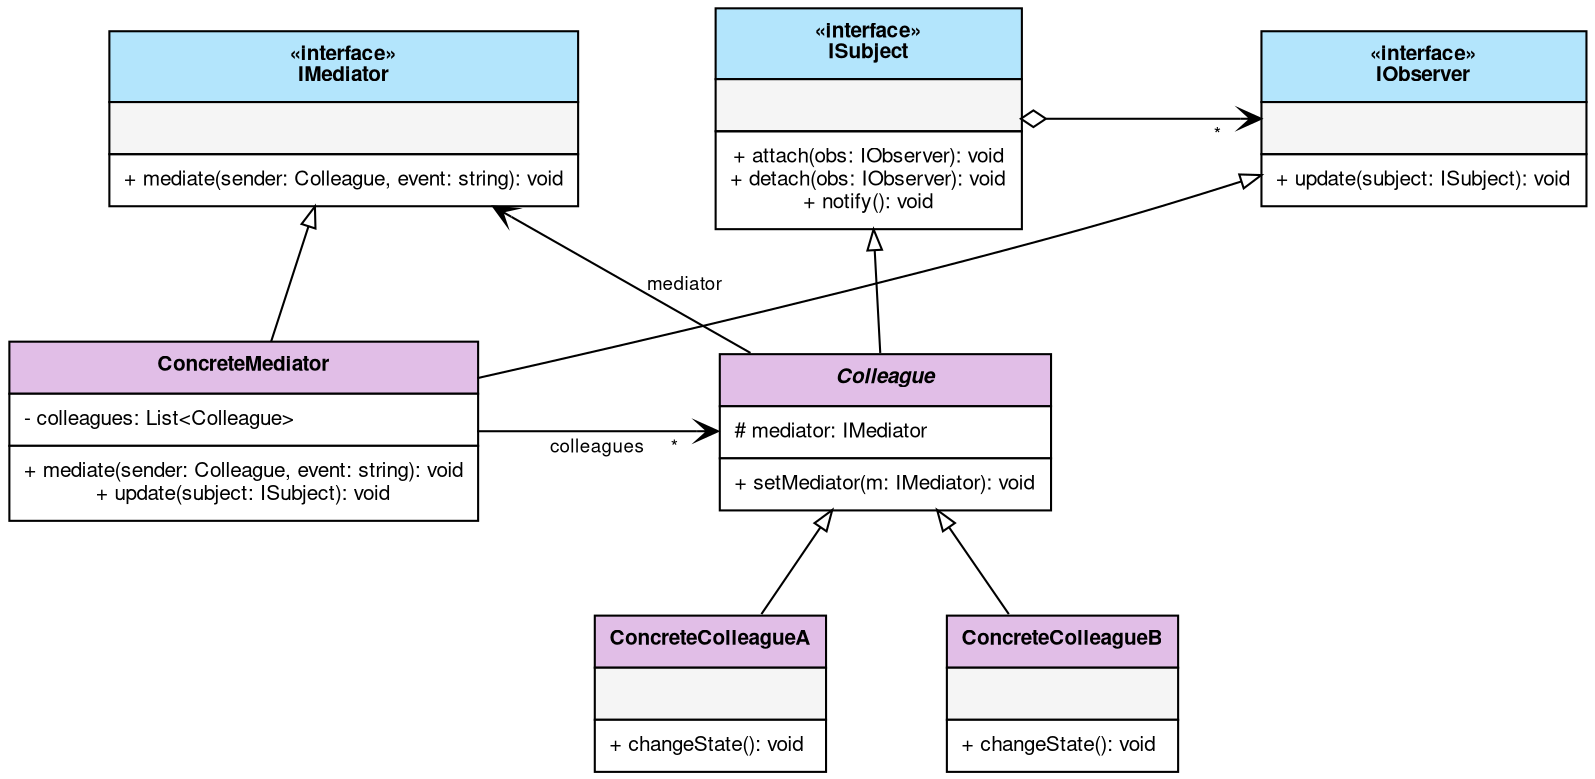
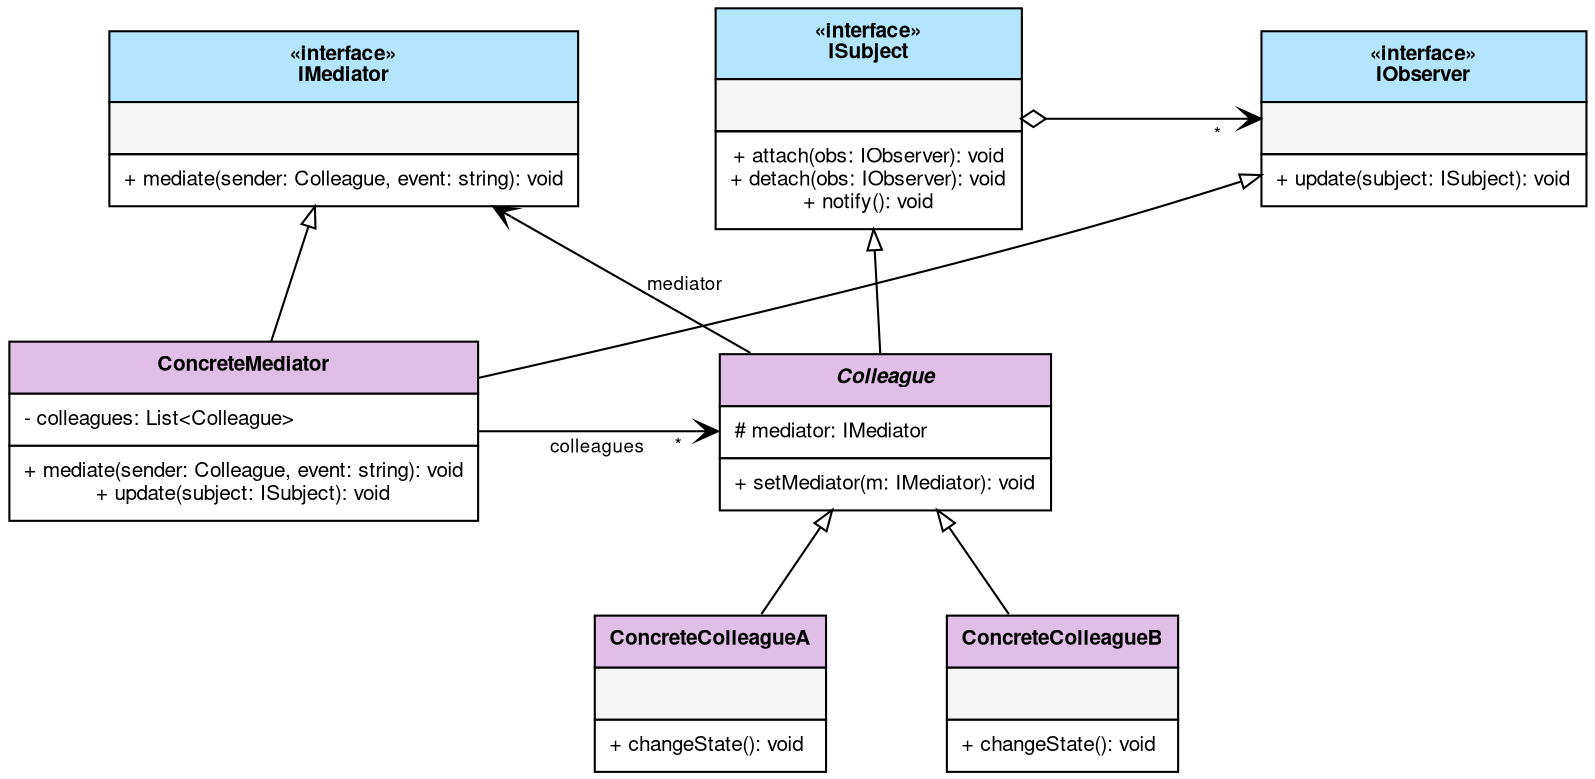
digraph G {
    fontname = "Helvetica,Arial,sans-serif"
    fontsize = 10
    rankdir = BT
    nodesep = 0.8
    ranksep = 0.6

    node [
        fontname = "Helvetica,Arial,sans-serif"
        fontsize = 10
        shape = plain
    ]
    edge [
        fontname = "Helvetica,Arial,sans-serif"
        fontsize = 9
        arrowhead = empty
    ]

+     // Top Row (Left to Right)
    IMediator [label=<<table border="0" cellborder="1" cellspacing="0" cellpadding="6" bgcolor="#FFFFFF">
        <tr><td bgcolor="#B3E5FC"><b>«interface»<br/>IMediator</b></td></tr>
        <tr><td align="left" bgcolor="#F5F5F5"> </td></tr>
        <tr><td align="left">+ mediate(sender: Colleague, event: string): void</td></tr>
    </table>>]

    IObserver [label=<<table border="0" cellborder="1" cellspacing="0" cellpadding="6" bgcolor="#FFFFFF">
        <tr><td bgcolor="#B3E5FC"><b>«interface»<br/>IObserver</b></td></tr>
        <tr><td align="left" bgcolor="#F5F5F5"> </td></tr>
        <tr><td align="left">+ update(subject: ISubject): void</td></tr>
    </table>>]

    ISubject [label=<<table border="0" cellborder="1" cellspacing="0" cellpadding="6" bgcolor="#FFFFFF">
        <tr><td bgcolor="#B3E5FC"><b>«interface»<br/>ISubject</b></td></tr>
        <tr><td align="left" bgcolor="#F5F5F5"> </td></tr>
        <tr><td align="left">+ attach(obs: IObserver): void<br/>+ detach(obs: IObserver): void<br/>+ notify(): void</td></tr>
    </table>>]

+     // Middle Row (Left to Right)
    ConcreteMediator [label=<<table border="0" cellborder="1" cellspacing="0" cellpadding="6" bgcolor="#FFFFFF">
        <tr><td bgcolor="#E1BEE7"><b>ConcreteMediator</b></td></tr>
        <tr><td align="left" bgcolor="#FFFFFF">- colleagues: List&lt;Colleague&gt;</td></tr>
        <tr><td align="left" bgcolor="#FFFFFF">+ mediate(sender: Colleague, event: string): void<br/>+ update(subject: ISubject): void</td></tr>
    </table>>]

    Colleague [label=<<table border="0" cellborder="1" cellspacing="0" cellpadding="6" bgcolor="#FFFFFF">
        <tr><td bgcolor="#E1BEE7"><b><i>Colleague</i></b></td></tr>
        <tr><td align="left" bgcolor="#FFFFFF"># mediator: IMediator</td></tr>
        <tr><td align="left" bgcolor="#FFFFFF">+ setMediator(m: IMediator): void</td></tr>
    </table>>]

+     // Bottom Row
    ConcreteColleagueA [label=<<table border="0" cellborder="1" cellspacing="0" cellpadding="6" bgcolor="#FFFFFF">
        <tr><td bgcolor="#E1BEE7"><b>ConcreteColleagueA</b></td></tr>
        <tr><td align="left" bgcolor="#F5F5F5"> </td></tr>
        <tr><td align="left" bgcolor="#FFFFFF">+ changeState(): void</td></tr>
    </table>>]

    ConcreteColleagueB [label=<<table border="0" cellborder="1" cellspacing="0" cellpadding="6" bgcolor="#FFFFFF">
        <tr><td bgcolor="#E1BEE7"><b>ConcreteColleagueB</b></td></tr>
        <tr><td align="left" bgcolor="#F5F5F5"> </td></tr>
        <tr><td align="left" bgcolor="#FFFFFF">+ changeState(): void</td></tr>
    </table>>]

-     // Inheritance / Realization
+     // Realizations
    ConcreteMediator -> IMediator [arrowhead=onormal, style=solid]
    ConcreteMediator -> IObserver [arrowhead=onormal, style=solid]
    Colleague -> ISubject [arrowhead=onormal, style=solid]
+ 
+     // Inheritances
    ConcreteColleagueA -> Colleague [arrowhead=onormal, style=solid]
    ConcreteColleagueB -> Colleague [arrowhead=onormal, style=solid]

-     // Associations & Aggregations
+     // Rank constraints to enforce left-to-right grid layout
    { rank=same; IMediator; IObserver; ISubject }
    { rank=same; ConcreteMediator; Colleague }
    { rank=same; ConcreteColleagueA; ConcreteColleagueB }

+     // Associations
+     // Subject to Observer (horizontal right-to-left)
    ISubject -> IObserver [arrowhead=vee, arrowtail=odiamond, dir=both, headlabel="*  ", labeldistance=2.0]
-     Colleague -> IMediator [arrowhead=vee, label="mediator", labeldistance=2.0]
-     ConcreteMediator -> Colleague [arrowhead=vee, label="colleagues", headlabel="*  ", labeldistance=2.0]
+ 
+     // Colleague to IMediator (up-left)
+     Colleague -> IMediator [arrowhead=vee, label="mediator", labeldistance=2.5]
+ 
+     // ConcreteMediator to Colleague (horizontal left-to-right)
+     ConcreteMediator -> Colleague [arrowhead=vee, label="colleagues", headlabel="*  ", labeldistance=1.8]
}
